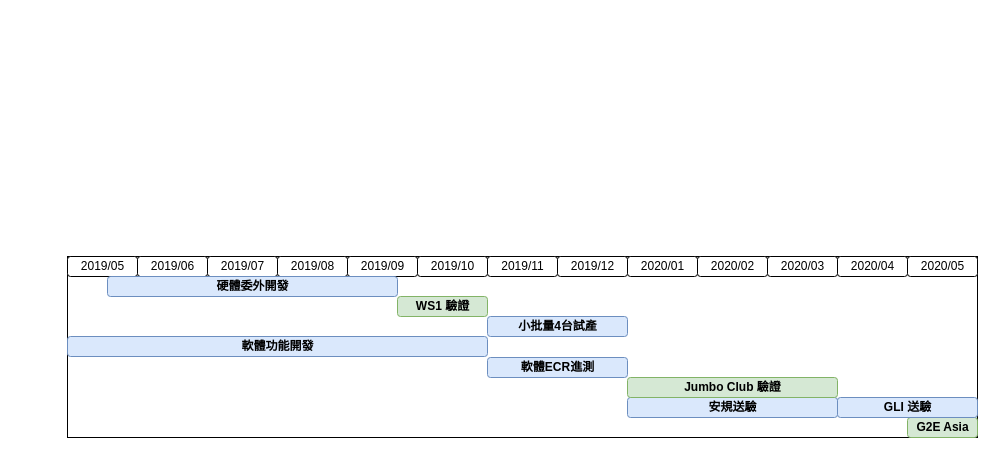
The draw.io diagram 未命名圖表.drawio in pingle1202/JiraFlow, before the edit. Source tidied: cells renumbered, new cells numbered last; positions are measured from the earlier drawing's top-left corner, leaving out a move shared by most shapes. Both pictures are drawn from the tidied source at 100%, with x=0, y=0 at pixel (67, 256).
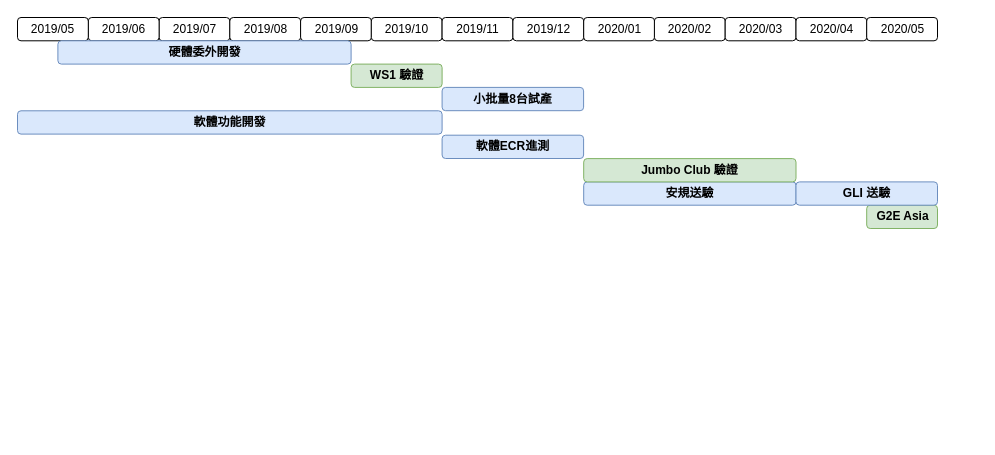
Above is the later version.

Commit message:
更新未命名圖表.drawio

The edit, as a diff of the source:
```diff
@@
+    <mxCell id="25" style="group;" parent="1" vertex="1">
+      <mxGeometry x="-50" y="-239" width="920" height="211" as="geometry" />
+    </mxCell>
-    <mxCell id="2" style="group;rounded=0;strokeColor=#000000;" parent="1" vertex="1">
-      <mxGeometry width="910" height="181" as="geometry" />
+    <mxCell id="2" style="group;rounded=0;strokeColor=none;" parent="25" vertex="1">
+      <mxGeometry width="920" height="211" as="geometry" />
     </mxCell>
-    <mxCell id="3" value="2019/07" style="fillColor=#FFFFFF;strokeColor=#000000;strokeWidth=1;fontColor=#000000;fontStyle=0;html=1;shadow=0;rounded=1;" parent="2" vertex="1">
-      <mxGeometry x="140" width="70" height="20" as="geometry" />
+    <mxCell id="3" value="2019/07" style="fillColor=#FFFFFF;strokeColor=#000000;strokeWidth=1;fontColor=#000000;fontStyle=0;html=1;shadow=0;rounded=1;" parent="25" vertex="1">
+      <mxGeometry x="141.5" width="70.8" height="23.3" as="geometry" />
     </mxCell>
-    <mxCell id="4" value="2019/08" style="fillColor=#FFFFFF;strokeColor=#000000;strokeWidth=1;fontColor=#000000;fontStyle=0;html=1;shadow=0;rounded=1;" parent="2" vertex="1">
-      <mxGeometry x="210" width="70" height="20" as="geometry" />
+    <mxCell id="4" value="2019/08" style="fillColor=#FFFFFF;strokeColor=#000000;strokeWidth=1;fontColor=#000000;fontStyle=0;html=1;shadow=0;rounded=1;" parent="25" vertex="1">
+      <mxGeometry x="212.3" width="70.8" height="23.3" as="geometry" />
     </mxCell>
-    <mxCell id="5" value="2019/09" style="fillColor=#FFFFFF;strokeColor=#000000;strokeWidth=1;fontColor=#000000;fontStyle=0;html=1;shadow=0;rounded=1;" parent="2" vertex="1">
-      <mxGeometry x="280" width="70" height="20" as="geometry" />
+    <mxCell id="5" value="2019/09" style="fillColor=#FFFFFF;strokeColor=#000000;strokeWidth=1;fontColor=#000000;fontStyle=0;html=1;shadow=0;rounded=1;" parent="25" vertex="1">
+      <mxGeometry x="283.1" width="70.8" height="23.3" as="geometry" />
     </mxCell>
-    <mxCell id="6" value="2019/10" style="fillColor=#FFFFFF;strokeColor=#000000;strokeWidth=1;fontColor=#000000;fontStyle=0;html=1;shadow=0;rounded=1;" parent="2" vertex="1">
-      <mxGeometry x="350" width="70" height="20" as="geometry" />
+    <mxCell id="6" value="2019/10" style="fillColor=#FFFFFF;strokeColor=#000000;strokeWidth=1;fontColor=#000000;fontStyle=0;html=1;shadow=0;rounded=1;" parent="25" vertex="1">
+      <mxGeometry x="353.8" width="70.8" height="23.3" as="geometry" />
     </mxCell>
-    <mxCell id="7" value="2019/11" style="fillColor=#FFFFFF;strokeColor=#000000;strokeWidth=1;fontColor=#000000;fontStyle=0;html=1;shadow=0;rounded=1;" parent="2" vertex="1">
-      <mxGeometry x="420" width="70" height="20" as="geometry" />
+    <mxCell id="7" value="2019/11" style="fillColor=#FFFFFF;strokeColor=#000000;strokeWidth=1;fontColor=#000000;fontStyle=0;html=1;shadow=0;rounded=1;" parent="25" vertex="1">
+      <mxGeometry x="424.6" width="70.8" height="23.3" as="geometry" />
     </mxCell>
-    <mxCell id="8" value="2019/12" style="fillColor=#FFFFFF;strokeColor=#000000;strokeWidth=1;fontColor=#000000;fontStyle=0;html=1;shadow=0;rounded=1;" parent="2" vertex="1">
-      <mxGeometry x="490" width="70" height="20" as="geometry" />
+    <mxCell id="8" value="2019/12" style="fillColor=#FFFFFF;strokeColor=#000000;strokeWidth=1;fontColor=#000000;fontStyle=0;html=1;shadow=0;rounded=1;" parent="25" vertex="1">
+      <mxGeometry x="495.4" width="70.8" height="23.3" as="geometry" />
     </mxCell>
-    <mxCell id="9" value="2020/01" style="fillColor=#FFFFFF;strokeColor=#000000;strokeWidth=1;fontColor=#000000;fontStyle=0;html=1;shadow=0;rounded=1;" parent="2" vertex="1">
-      <mxGeometry x="560" width="70" height="20" as="geometry" />
+    <mxCell id="9" value="2020/01" style="fillColor=#FFFFFF;strokeColor=#000000;strokeWidth=1;fontColor=#000000;fontStyle=0;html=1;shadow=0;rounded=1;" parent="25" vertex="1">
+      <mxGeometry x="566.2" width="70.8" height="23.3" as="geometry" />
     </mxCell>
-    <mxCell id="10" value="2020/02" style="fillColor=#FFFFFF;strokeColor=#000000;strokeWidth=1;fontColor=#000000;fontStyle=0;html=1;shadow=0;rounded=1;" parent="2" vertex="1">
-      <mxGeometry x="630" width="70" height="20" as="geometry" />
+    <mxCell id="10" value="2020/02" style="fillColor=#FFFFFF;strokeColor=#000000;strokeWidth=1;fontColor=#000000;fontStyle=0;html=1;shadow=0;rounded=1;" parent="25" vertex="1">
+      <mxGeometry x="636.9" width="70.8" height="23.3" as="geometry" />
     </mxCell>
-    <mxCell id="11" value="2020/03" style="fillColor=#FFFFFF;strokeColor=#000000;strokeWidth=1;fontColor=#000000;fontStyle=0;html=1;shadow=0;rounded=1;" parent="2" vertex="1">
-      <mxGeometry x="700" width="70" height="20" as="geometry" />
+    <mxCell id="11" value="2020/03" style="fillColor=#FFFFFF;strokeColor=#000000;strokeWidth=1;fontColor=#000000;fontStyle=0;html=1;shadow=0;rounded=1;" parent="25" vertex="1">
+      <mxGeometry x="707.7" width="70.8" height="23.3" as="geometry" />
     </mxCell>
-    <mxCell id="12" value="2019/06" style="fillColor=#FFFFFF;strokeColor=#000000;strokeWidth=1;fontColor=#000000;fontStyle=0;html=1;shadow=0;rounded=1;" parent="2" vertex="1">
-      <mxGeometry x="70" width="70" height="20" as="geometry" />
+    <mxCell id="12" value="2019/06" style="fillColor=#FFFFFF;strokeColor=#000000;strokeWidth=1;fontColor=#000000;fontStyle=0;html=1;shadow=0;rounded=1;" parent="25" vertex="1">
+      <mxGeometry x="70.8" width="70.8" height="23.3" as="geometry" />
     </mxCell>
-    <mxCell id="13" value="2019/05" style="fillColor=#FFFFFF;strokeColor=#000000;strokeWidth=1;fontColor=#000000;fontStyle=0;html=1;shadow=0;rounded=1;" parent="2" vertex="1">
-      <mxGeometry width="70" height="20" as="geometry" />
+    <mxCell id="13" value="2019/05" style="fillColor=#FFFFFF;strokeColor=#000000;strokeWidth=1;fontColor=#000000;fontStyle=0;html=1;shadow=0;rounded=1;" parent="25" vertex="1">
+      <mxGeometry width="70.8" height="23.3" as="geometry" />
     </mxCell>
-    <mxCell id="14" value="2020/04" style="fillColor=#FFFFFF;strokeColor=#000000;strokeWidth=1;fontColor=#000000;fontStyle=0;html=1;shadow=0;rounded=1;" parent="2" vertex="1">
-      <mxGeometry x="770" width="70" height="20" as="geometry" />
+    <mxCell id="14" value="2020/04" style="fillColor=#FFFFFF;strokeColor=#000000;strokeWidth=1;fontColor=#000000;fontStyle=0;html=1;shadow=0;rounded=1;" parent="25" vertex="1">
+      <mxGeometry x="778.5" width="70.8" height="23.3" as="geometry" />
     </mxCell>
-    <mxCell id="15" value="硬體委外開發" style="align=center;strokeColor=#6c8ebf;html=1;fillColor=#dae8fc;fontStyle=1;shadow=0;rounded=1;" parent="2" vertex="1">
-      <mxGeometry x="40" y="20" width="290" height="20" as="geometry" />
+    <mxCell id="15" value="硬體委外開發" style="align=center;strokeColor=#6c8ebf;html=1;fillColor=#dae8fc;fontStyle=1;shadow=0;rounded=1;" parent="25" vertex="1">
+      <mxGeometry x="40.4" y="23.3" width="293.2" height="23.3" as="geometry" />
     </mxCell>
-    <mxCell id="16" value="軟體功能開發" style="align=center;strokeColor=#6c8ebf;html=1;fillColor=#dae8fc;fontStyle=1;shadow=0;rounded=1;" parent="2" vertex="1">
-      <mxGeometry y="80" width="420" height="20" as="geometry" />
+    <mxCell id="16" value="軟體功能開發" style="align=center;strokeColor=#6c8ebf;html=1;fillColor=#dae8fc;fontStyle=1;shadow=0;rounded=1;" parent="25" vertex="1">
+      <mxGeometry y="93.3" width="424.6" height="23.3" as="geometry" />
     </mxCell>
-    <mxCell id="17" value="安規送驗" style="align=center;strokeColor=#6c8ebf;html=1;fillColor=#dae8fc;fontStyle=1;shadow=0;rounded=1;" parent="2" vertex="1">
-      <mxGeometry x="560" y="141" width="210" height="20" as="geometry" />
+    <mxCell id="17" value="安規送驗" style="align=center;strokeColor=#6c8ebf;html=1;fillColor=#dae8fc;fontStyle=1;shadow=0;rounded=1;" parent="25" vertex="1">
+      <mxGeometry x="566.2" y="164.4" width="212.3" height="23.3" as="geometry" />
     </mxCell>
-    <mxCell id="18" value="小批量4台試產" style="align=center;strokeColor=#6c8ebf;html=1;fillColor=#dae8fc;fontStyle=1;shadow=0;rounded=1;" parent="2" vertex="1">
-      <mxGeometry x="420" y="60" width="140" height="20" as="geometry" />
+    <mxCell id="18" value="小批量8台試產" style="align=center;strokeColor=#6c8ebf;html=1;fillColor=#dae8fc;fontStyle=1;shadow=0;rounded=1;" parent="25" vertex="1">
+      <mxGeometry x="424.6" y="69.9" width="141.5" height="23.3" as="geometry" />
     </mxCell>
-    <mxCell id="19" value="2020/05" style="fillColor=#FFFFFF;strokeColor=#000000;strokeWidth=1;fontColor=#000000;fontStyle=0;html=1;shadow=0;rounded=1;" parent="2" vertex="1">
-      <mxGeometry x="840" width="70" height="20" as="geometry" />
+    <mxCell id="19" value="2020/05" style="fillColor=#FFFFFF;strokeColor=#000000;strokeWidth=1;fontColor=#000000;fontStyle=0;html=1;shadow=0;rounded=1;" parent="25" vertex="1">
+      <mxGeometry x="849.2" width="70.8" height="23.3" as="geometry" />
     </mxCell>
-    <mxCell id="20" value="G2E Asia" style="align=center;strokeColor=#82b366;html=1;fillColor=#d5e8d4;fontStyle=1;shadow=0;rounded=1;" parent="2" vertex="1">
-      <mxGeometry x="840" y="161" width="70" height="20" as="geometry" />
+    <mxCell id="20" value="G2E Asia" style="align=center;strokeColor=#82b366;html=1;fillColor=#d5e8d4;fontStyle=1;shadow=0;rounded=1;" parent="25" vertex="1">
+      <mxGeometry x="849.2" y="187.7" width="70.8" height="23.3" as="geometry" />
     </mxCell>
-    <mxCell id="21" value="GLI 送驗" style="align=center;strokeColor=#6c8ebf;html=1;fillColor=#dae8fc;fontStyle=1;shadow=0;rounded=1;" parent="2" vertex="1">
-      <mxGeometry x="770" y="141" width="140" height="20" as="geometry" />
+    <mxCell id="21" value="GLI 送驗" style="align=center;strokeColor=#6c8ebf;html=1;fillColor=#dae8fc;fontStyle=1;shadow=0;rounded=1;" parent="25" vertex="1">
+      <mxGeometry x="778.5" y="164.4" width="141.5" height="23.3" as="geometry" />
     </mxCell>
-    <mxCell id="22" value="WS1 驗證" style="align=center;strokeColor=#82b366;html=1;fillColor=#d5e8d4;fontStyle=1;shadow=0;rounded=1;" parent="2" vertex="1">
-      <mxGeometry x="330" y="40" width="90" height="20" as="geometry" />
+    <mxCell id="22" value="WS1 驗證" style="align=center;strokeColor=#82b366;html=1;fillColor=#d5e8d4;fontStyle=1;shadow=0;rounded=1;" parent="25" vertex="1">
+      <mxGeometry x="333.6" y="46.6" width="91" height="23.3" as="geometry" />
     </mxCell>
-    <mxCell id="23" value="Jumbo Club 驗證" style="align=center;strokeColor=#82b366;html=1;fillColor=#d5e8d4;fontStyle=1;shadow=0;rounded=1;" parent="2" vertex="1">
-      <mxGeometry x="560" y="121" width="210" height="20" as="geometry" />
+    <mxCell id="23" value="Jumbo Club 驗證" style="align=center;strokeColor=#82b366;html=1;fillColor=#d5e8d4;fontStyle=1;shadow=0;rounded=1;" parent="25" vertex="1">
+      <mxGeometry x="566.2" y="141.1" width="212.3" height="23.3" as="geometry" />
     </mxCell>
-    <mxCell id="24" value="軟體ECR進測" style="align=center;strokeColor=#6c8ebf;html=1;fillColor=#dae8fc;fontStyle=1;shadow=0;rounded=1;" parent="2" vertex="1">
-      <mxGeometry x="420" y="101" width="140" height="20" as="geometry" />
+    <mxCell id="24" value="軟體ECR進測" style="align=center;strokeColor=#6c8ebf;html=1;fillColor=#dae8fc;fontStyle=1;shadow=0;rounded=1;" parent="25" vertex="1">
+      <mxGeometry x="424.6" y="117.7" width="141.5" height="23.3" as="geometry" />
     </mxCell>
```
